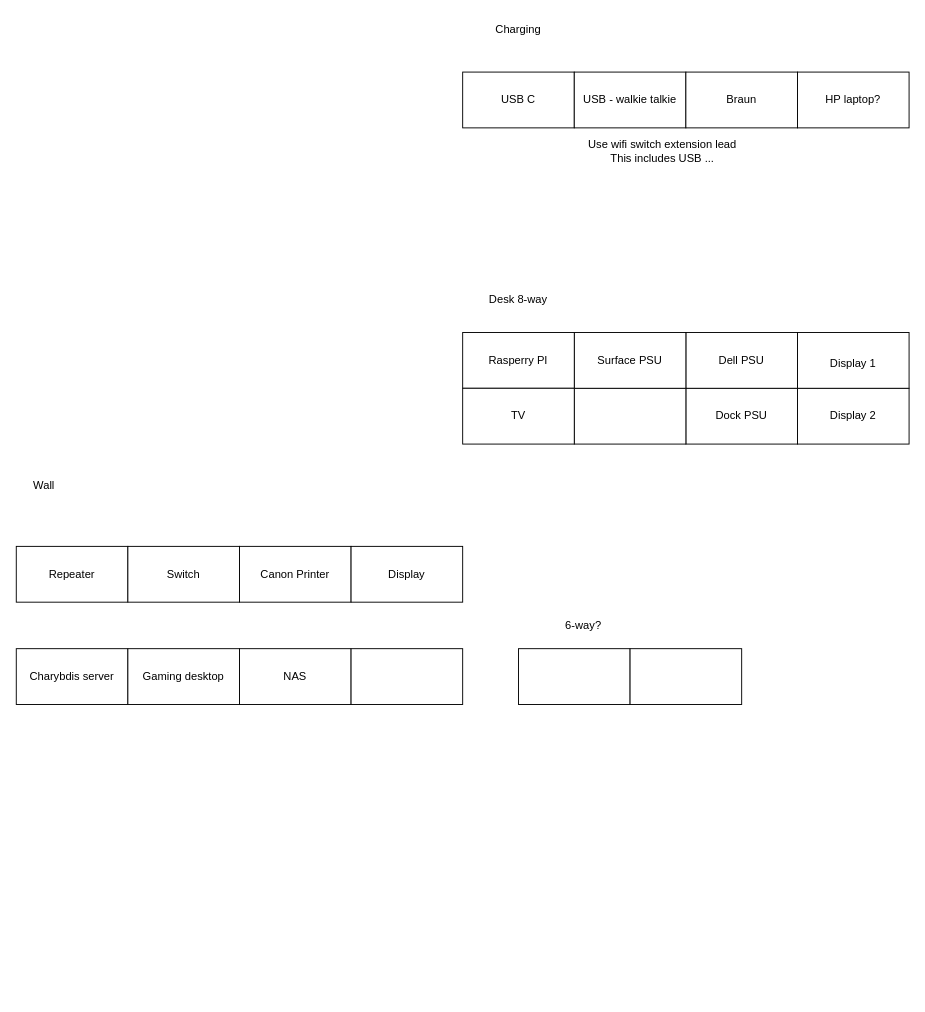
Before: desk_devices.drawio in nairby/diagrams, a draw.io diagram. Source tidied: cells renumbered, new cells numbered last; positions are measured from the earlier drawing's top-left corner, leaving out a move shared by most shapes. Both pictures are drawn from the tidied source at 93%, with x=0, y=0 at pixel (16, 16).
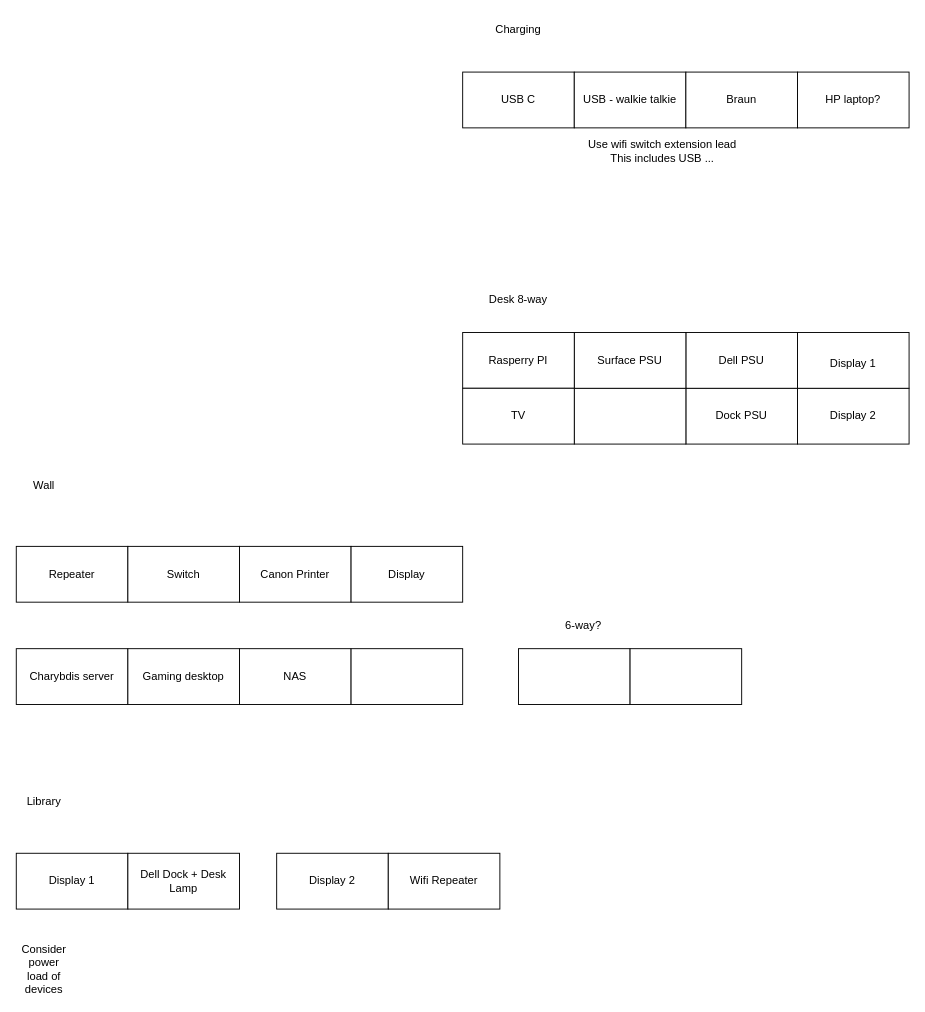
Above is the later version.

What changed in the source:
```diff
@@
+    <mxCell id="30" value="Display 1" style="rounded=0;whiteSpace=wrap;html=1;" parent="1" vertex="1">
+      <mxGeometry y="900" width="120" height="60" as="geometry" />
+    </mxCell>
+    <mxCell id="31" value="Dell Dock + Desk Lamp" style="rounded=0;whiteSpace=wrap;html=1;" parent="1" vertex="1">
+      <mxGeometry x="120" y="900" width="120" height="60" as="geometry" />
+    </mxCell>
+    <mxCell id="32" value="Display 2" style="rounded=0;whiteSpace=wrap;html=1;" parent="1" vertex="1">
+      <mxGeometry x="280" y="900" width="120" height="60" as="geometry" />
+    </mxCell>
+    <mxCell id="33" value="Wifi Repeater" style="rounded=0;whiteSpace=wrap;html=1;" parent="1" vertex="1">
+      <mxGeometry x="400" y="900" width="120" height="60" as="geometry" />
+    </mxCell>
+    <mxCell id="34" value="Library" style="text;html=1;strokeColor=none;fillColor=none;align=center;verticalAlign=middle;whiteSpace=wrap;rounded=0;" parent="1" vertex="1">
+      <mxGeometry y="830" width="60" height="30" as="geometry" />
+    </mxCell>
+    <mxCell id="35" value="Consider power load of devices&lt;br&gt;" style="text;html=1;strokeColor=none;fillColor=none;align=center;verticalAlign=middle;whiteSpace=wrap;rounded=0;" parent="1" vertex="1">
+      <mxGeometry y="1010" width="60" height="30" as="geometry" />
+    </mxCell>
```
